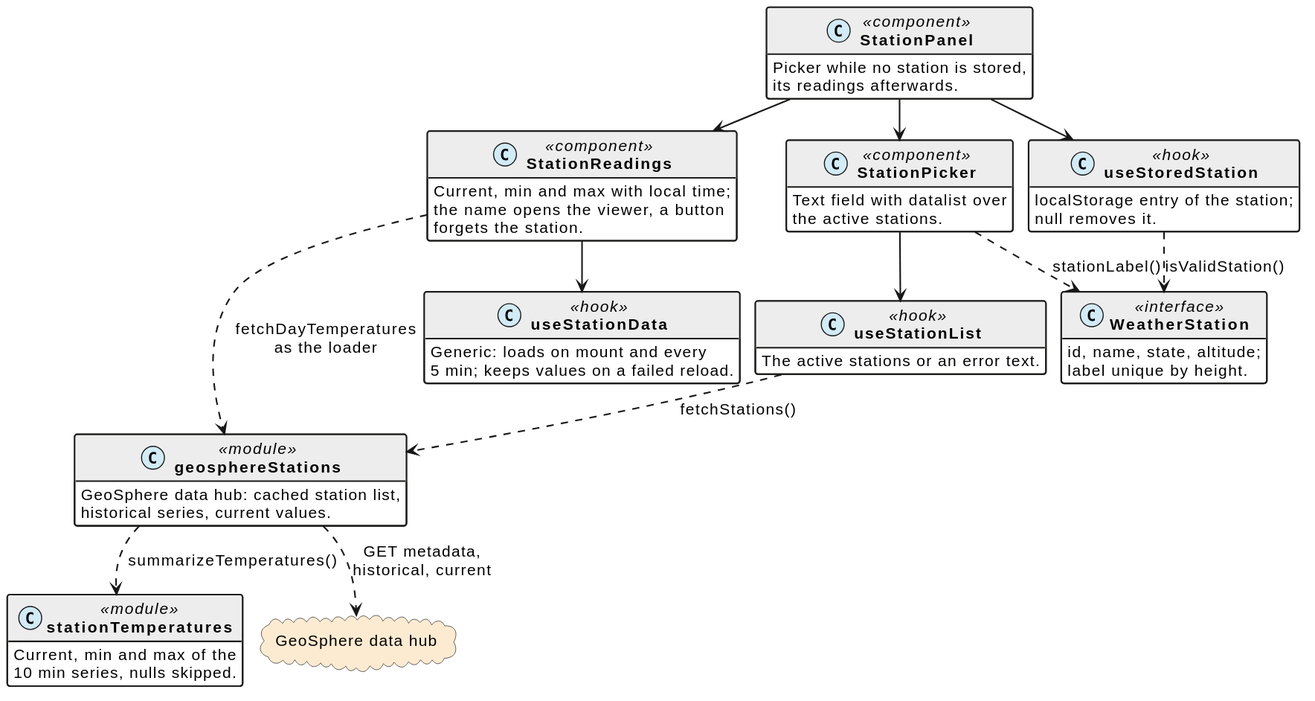
Before: docs/station.svg, a diagram exported from PlantUML (schletz/wetterkartenviewer).
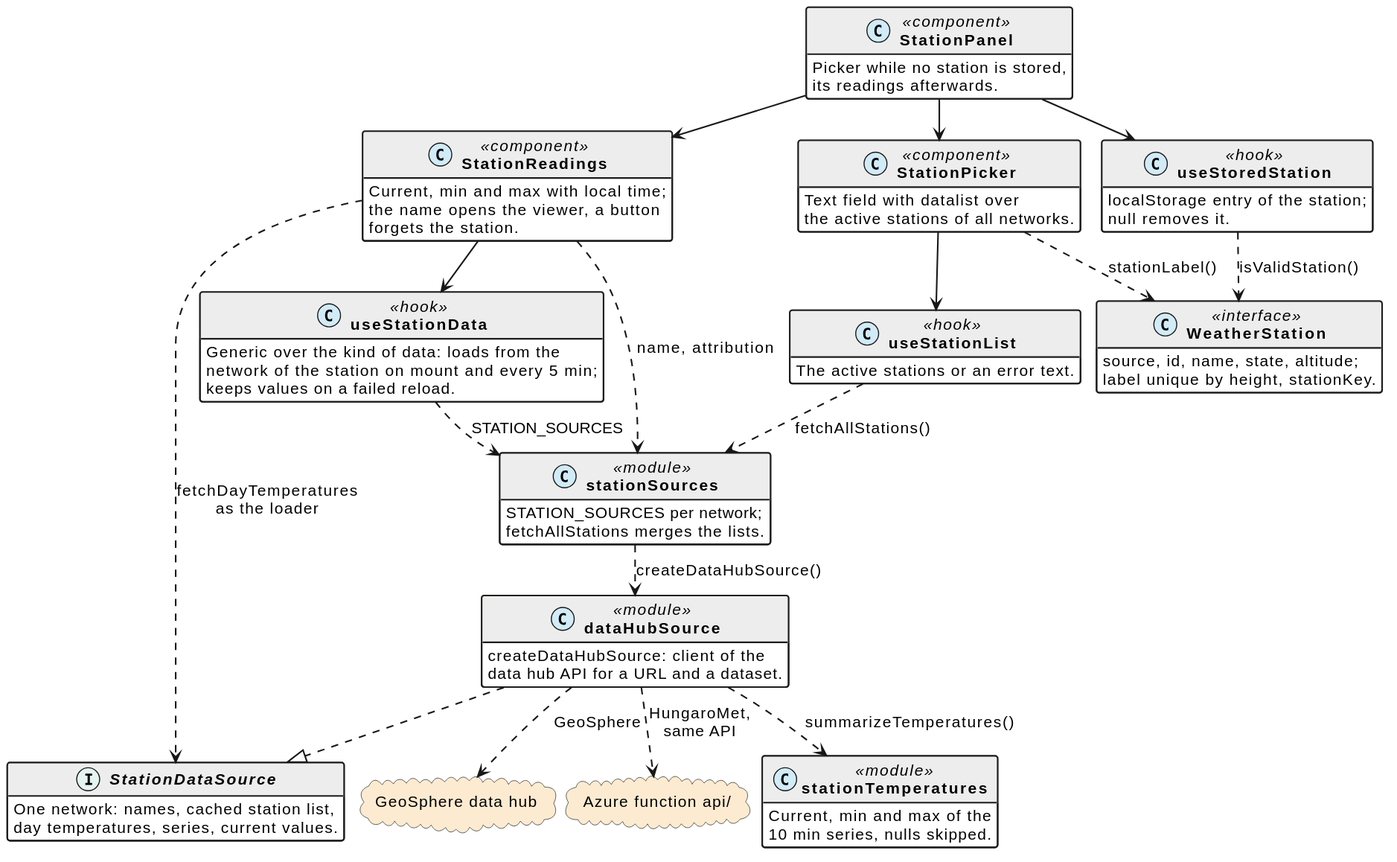
After the change.

Change to the diagram source:
```diff
@@ -49,7 +49,7 @@
 }
 class StationPicker <<component>> {
  Text field with datalist over
- the active stations.
+ the active stations of all networks.
 }
 class StationReadings <<component>> {
  Current, min and max with local time;
@@ -61,34 +61,49 @@
  null removes it.
 }
 class useStationData <<hook>> {
- Generic: loads on mount and every
- 5 min; keeps values on a failed reload.
+ Generic over the kind of data: loads from the
+ network of the station on mount and every 5 min;
+ keeps values on a failed reload.
 }
 class useStationList <<hook>> {
  The active stations or an error text.
 }
 class WeatherStation <<interface>> {
- id, name, state, altitude;
- label unique by height.
+ source, id, name, state, altitude;
+ label unique by height, stationKey.
 }
 class stationTemperatures <<module>> {
  Current, min and max of the
  10 min series, nulls skipped.
 }
-class geosphereStations <<module>> {
- GeoSphere data hub: cached station list,
- historical series, current values.
+interface StationDataSource {
+ One network: names, cached station list,
+ day temperatures, series, current values.
+}
+class dataHubSource <<module>> {
+ createDataHubSource: client of the
+ data hub API for a URL and a dataset.
+}
+class stationSources <<module>> {
+ STATION_SOURCES per network;
+ fetchAllStations merges the lists.
 }
 cloud "GeoSphere data hub" as hub
+cloud "Azure function api/" as proxy
 StationPanel --> useStoredStation
 StationPanel --> StationPicker
 StationPanel --> StationReadings
 StationPicker --> useStationList
 StationPicker ..> WeatherStation : stationLabel()
 StationReadings --> useStationData
-StationReadings ..> geosphereStations : fetchDayTemperatures\nas the loader
-useStationList ..> geosphereStations : fetchStations()
-geosphereStations ..> stationTemperatures : summarizeTemperatures()
-geosphereStations ..> hub : GET metadata,\nhistorical, current
+StationReadings ..> StationDataSource : fetchDayTemperatures\nas the loader
+StationReadings ..> stationSources : name, attribution
+useStationData ..> stationSources : STATION_SOURCES
+useStationList ..> stationSources : fetchAllStations()
+stationSources ..> dataHubSource : createDataHubSource()
+dataHubSource ..|> StationDataSource
+dataHubSource ..> stationTemperatures : summarizeTemperatures()
+dataHubSource ..> hub : GeoSphere
+dataHubSource ..> proxy : HungaroMet,\nsame API
 useStoredStation ..> WeatherStation : isValidStation()
 @enduml
```
